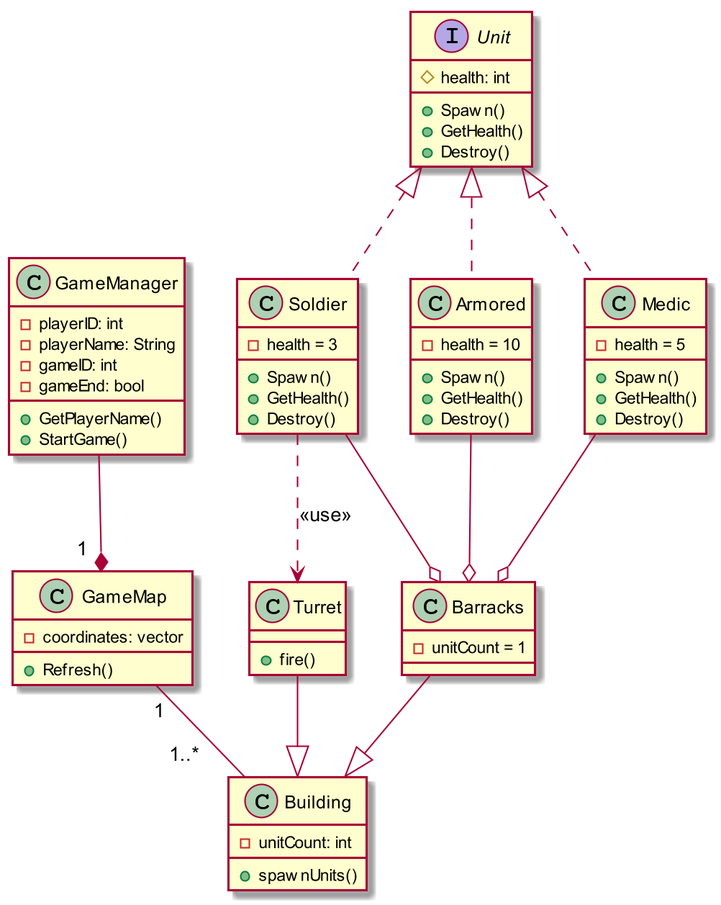
Above: UML_Class_diagram/UML_Class_diag.png in tarikbir/design-patterns (PlantUML), before the change. Its diagram source:
```plantuml
@startuml
skinparam dpi 200


class GameManager {
    -playerID: int
    -playerName: String
    -gameID: int
    -gameEnd: bool
    +GetPlayerName()
    +StartGame()
}

class GameMap {
    -coordinates: vector
    +Refresh()
}

interface Unit {
    #health: int
    +Spawn()
    +GetHealth()
    +Destroy()
}

class Soldier{
    -health = 3
    +Spawn()
    +GetHealth()
    +Destroy()
}

class Armored {
    -health = 10
    +Spawn()
    +GetHealth()
    +Destroy()
}

class Medic {
    -health = 5
    +Spawn()
    +GetHealth()
    +Destroy()
}

class Turret {
    +fire()
}

class Building {
    -unitCount: int
    +spawnUnits()
}

class Barracks {
    -unitCount = 1
}

GameManager --* "1  " GameMap

GameMap "1" -- "1..*     " Building

Soldier ..> Turret: <<use>>

Turret --|> Building
Barracks --|> Building
Armored --o Barracks
Medic --o Barracks
Soldier --o Barracks

Unit <|.. Armored
Unit <|.. Medic
Unit <|.. Soldier

@enduml
```
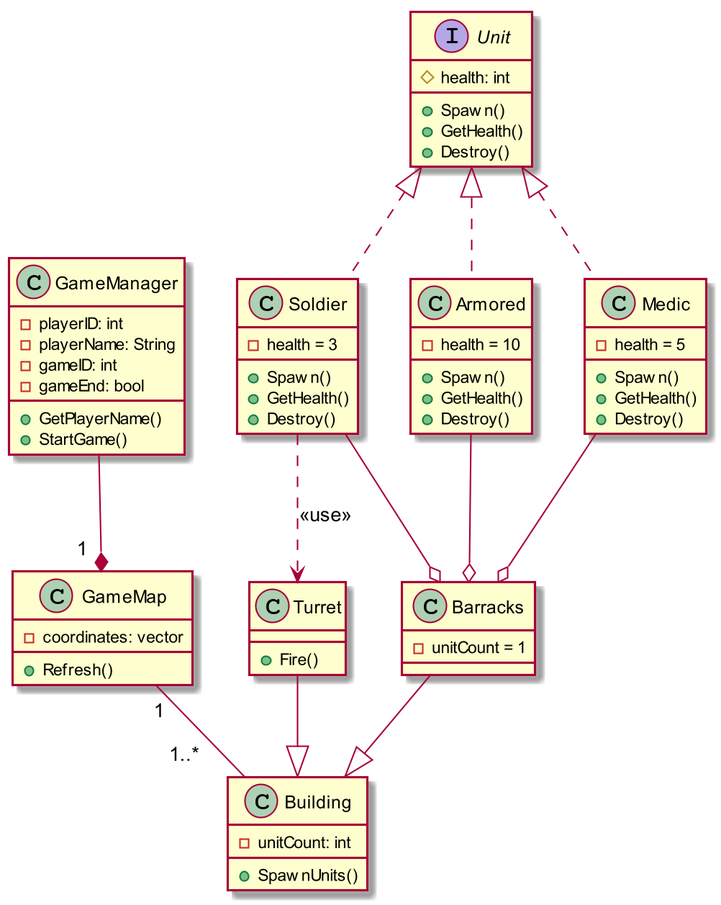
The same file after the commit.

The edit, as a diff of the source:
```diff
@@ -45,12 +45,12 @@
 }
 
 class Turret {
-    +fire()
+    +Fire()
 }
 
 class Building {
     -unitCount: int
-    +spawnUnits()
+    +SpawnUnits()
 }
 
 class Barracks {
```
